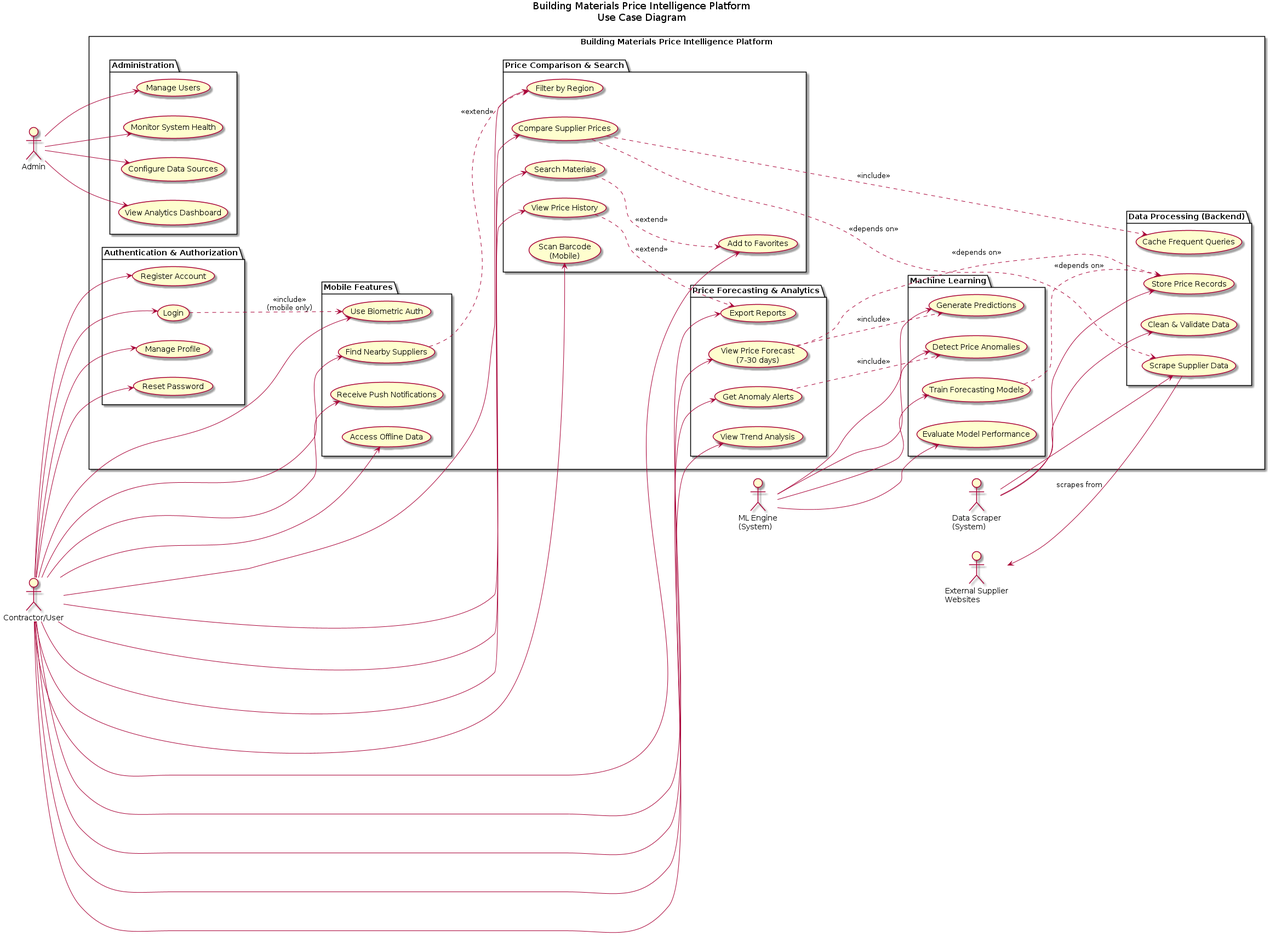
This is diagrams/use_case_diagram.png from imperfectperson-max/build_material_guide, a PlantUML export, as it was before one commit. Its source is kept beside it as diagrams/use_case_diagram.puml.
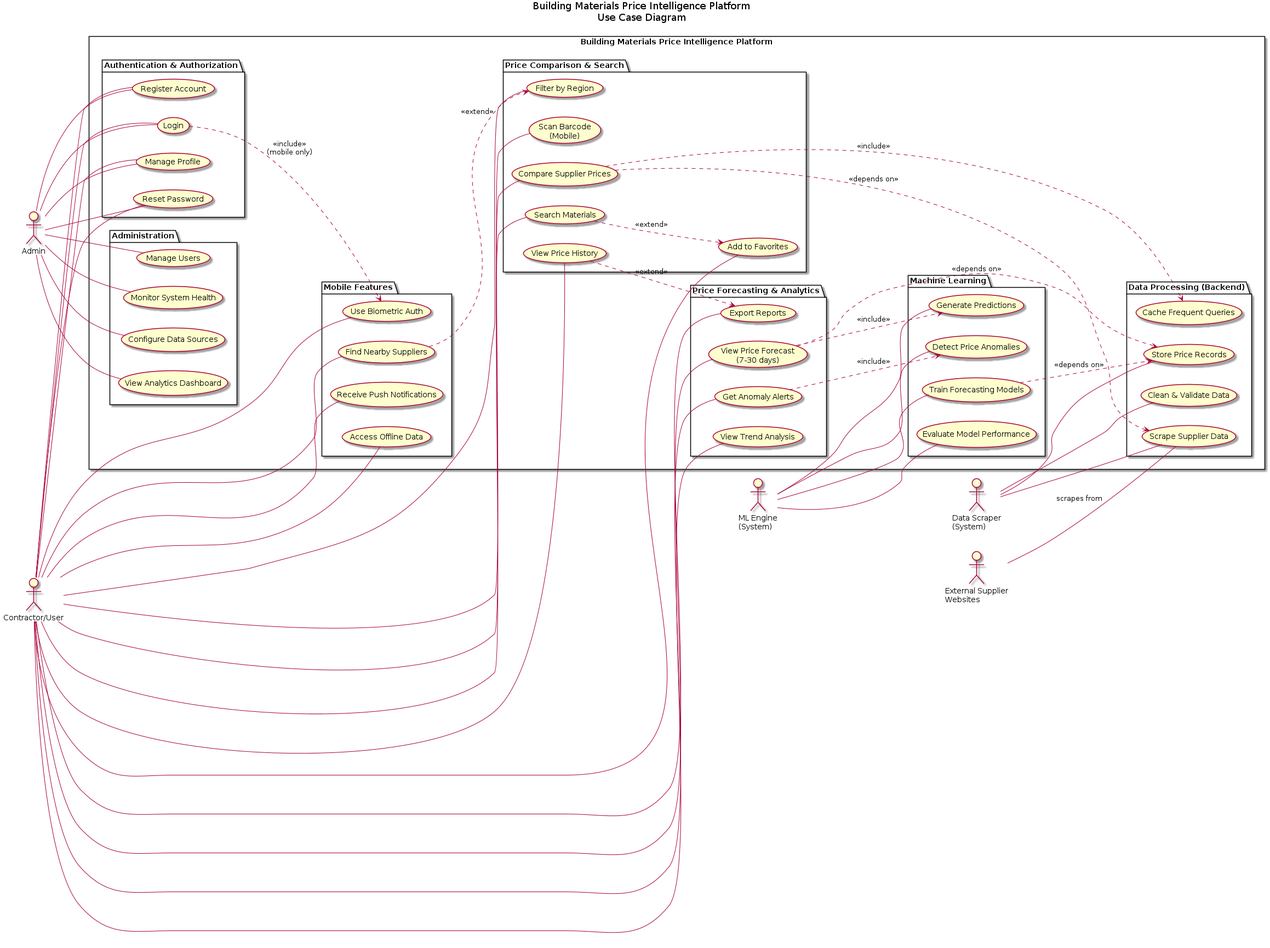
The same file after the commit.

Commit message:
Roadmap and diagram improvements

The edit, as a diff of the source:
```diff
@@ -65,39 +65,43 @@
     }
 }
 
-User --> UC1
-User --> UC2
-User --> UC3
-User --> UC4
-User --> UC5
-User --> UC6
-User --> UC7
-User --> UC8
-User --> UC9
-User --> UC10
-User --> UC11
-User --> UC12
-User --> UC13
-User --> UC14
-User --> UC15
-User --> UC16
-User --> UC17
-User --> UC18
+User -- UC1
+User -- UC2
+User -- UC3
+User -- UC4
+User -- UC5
+User -- UC6
+User -- UC7
+User -- UC8
+User -- UC9
+User -- UC10
+User -- UC11
+User -- UC12
+User -- UC13
+User -- UC14
+User -- UC15
+User -- UC16
+User -- UC17
+User -- UC18
 
-Admin --> UC19
-Admin --> UC20
-Admin --> UC21
-Admin --> UC22
+Admin -- UC1
+Admin -- UC2
+Admin -- UC3
+Admin -- UC4
+Admin -- UC19
+Admin -- UC20
+Admin -- UC21
+Admin -- UC22
 
-Scraper --> UC23
-Scraper --> UC24
-Scraper --> UC25
-Supplier <-- UC23 : scrapes from
+Scraper -- UC23
+Scraper -- UC24
+Scraper -- UC25
+Supplier -- UC23 : scrapes from
 
-MLEngine --> UC27
-MLEngine --> UC28
-MLEngine --> UC29
-MLEngine --> UC30
+MLEngine -- UC27
+MLEngine -- UC28
+MLEngine -- UC29
+MLEngine -- UC30
 
 UC2 ..> UC18 : <<include>>\n(mobile only)
 UC6 ..> UC26 : <<include>>
```
